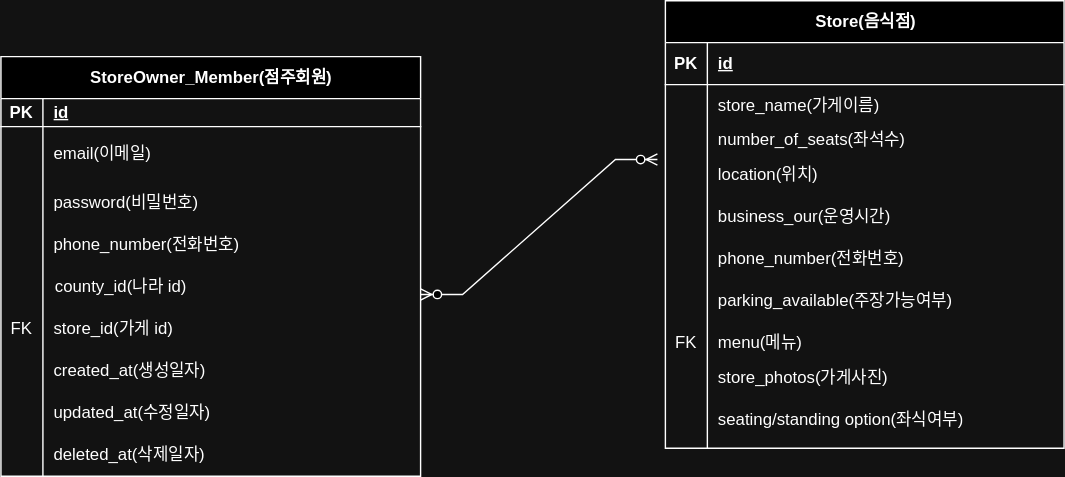
The draw.io diagram document/store_owner_member.drawio.svg in gunsight1/boot-up1-samsik, before a commit. Source tidied: cells renumbered, new cells last; positions are measured from the earlier drawing's top-left corner, leaving out a move shared by most shapes.
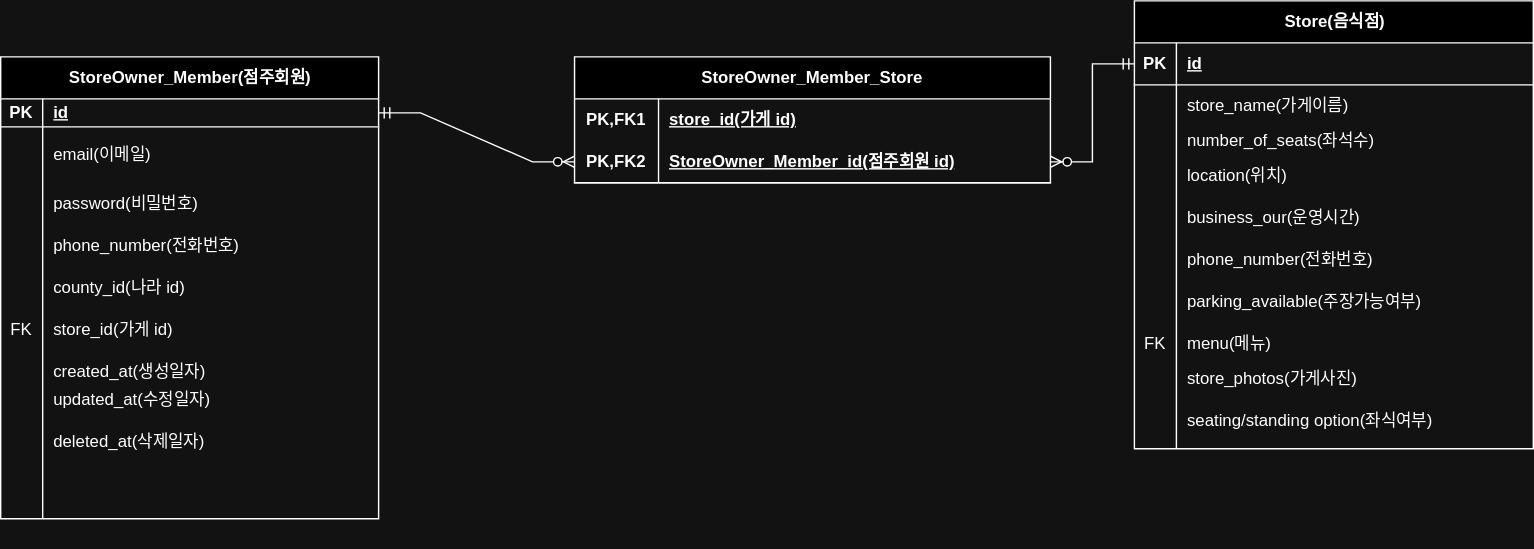
The same diagram one commit later.

Commit message:
store_owner_member.drawio.svg이 추가되었습니다.

What changed in the source:
```diff
@@ -3,109 +3,118 @@
     <mxCell id="0" />
     <mxCell id="1" parent="0" />
     <mxCell id="2" value="StoreOwner_Member(점주회원)" style="shape=table;startSize=30;rowLines=0;fontStyle=1;align=center;html=1;" parent="1" vertex="1">
-      <mxGeometry y="40" width="300" height="300" as="geometry" />
+      <mxGeometry x="-70" y="-20" width="270" height="330" as="geometry" />
     </mxCell>
     <mxCell id="3" style="shape=tableRow;horizontal=0;startSize=0;swimlaneHead=0;swimlaneBody=0;fillColor=none;points=[[0,0.5],[1,0.5]];portConstraint=eastwest;top=0;left=0;right=0;bottom=1;" parent="2" vertex="1">
-      <mxGeometry y="30" width="300" height="20" as="geometry" />
+      <mxGeometry y="30" width="270" height="20" as="geometry" />
     </mxCell>
     <mxCell id="4" value="PK" style="shape=partialRectangle;fillColor=none;top=0;left=0;bottom=0;right=0;fontStyle=1;overflow=hidden;whiteSpace=wrap;html=1;" parent="3" vertex="1">
       <mxGeometry width="30" height="20" as="geometry" />
     </mxCell>
     <mxCell id="5" value="id" style="shape=partialRectangle;fillColor=none;top=0;left=0;bottom=0;right=0;align=left;spacingLeft=6;fontStyle=5;overflow=hidden;whiteSpace=wrap;html=1;" parent="3" vertex="1">
-      <mxGeometry x="30" width="270" height="20" as="geometry" />
+      <mxGeometry x="30" width="240" height="20" as="geometry" />
     </mxCell>
     <mxCell id="6" style="shape=tableRow;horizontal=0;startSize=0;swimlaneHead=0;swimlaneBody=0;fillColor=none;top=0;left=0;right=0;bottom=0;" parent="2" vertex="1">
-      <mxGeometry y="50" width="300" height="40" as="geometry" />
+      <mxGeometry y="50" width="270" height="40" as="geometry" />
     </mxCell>
     <mxCell id="7" style="shape=partialRectangle;fillColor=none;top=0;left=0;bottom=0;right=0;overflow=hidden;whiteSpace=wrap;html=1;" parent="6" vertex="1">
       <mxGeometry width="30" height="40" as="geometry" />
     </mxCell>
     <mxCell id="8" value="email(이메일)" style="shape=partialRectangle;fillColor=none;top=0;left=0;bottom=0;right=0;align=left;spacingLeft=6;overflow=hidden;whiteSpace=wrap;html=1;" parent="6" vertex="1">
-      <mxGeometry x="30" width="270" height="40" as="geometry" />
+      <mxGeometry x="30" width="240" height="40" as="geometry" />
     </mxCell>
     <mxCell id="9" style="shape=tableRow;horizontal=0;startSize=0;swimlaneHead=0;swimlaneBody=0;fillColor=none;top=0;left=0;right=0;bottom=0;" parent="2" vertex="1">
-      <mxGeometry y="90" width="300" height="30" as="geometry" />
+      <mxGeometry y="90" width="270" height="30" as="geometry" />
     </mxCell>
     <mxCell id="10" style="shape=partialRectangle;fillColor=none;top=0;left=0;bottom=0;right=0;overflow=hidden;whiteSpace=wrap;html=1;" parent="9" vertex="1">
       <mxGeometry width="30" height="30" as="geometry" />
     </mxCell>
     <mxCell id="11" value="password(비밀번호)" style="shape=partialRectangle;fillColor=none;top=0;left=0;bottom=0;right=0;align=left;spacingLeft=6;overflow=hidden;whiteSpace=wrap;html=1;" parent="9" vertex="1">
-      <mxGeometry x="30" width="270" height="30" as="geometry" />
+      <mxGeometry x="30" width="240" height="30" as="geometry" />
     </mxCell>
     <mxCell id="12" style="shape=tableRow;horizontal=0;startSize=0;swimlaneHead=0;swimlaneBody=0;fillColor=none;top=0;left=0;right=0;bottom=0;" parent="2" vertex="1">
-      <mxGeometry y="120" width="300" height="30" as="geometry" />
+      <mxGeometry y="120" width="270" height="30" as="geometry" />
     </mxCell>
     <mxCell id="13" style="shape=partialRectangle;fillColor=none;top=0;left=0;bottom=0;right=0;overflow=hidden;whiteSpace=wrap;html=1;" parent="12" vertex="1">
       <mxGeometry width="30" height="30" as="geometry" />
     </mxCell>
     <mxCell id="14" value="phone_number(전화번호)" style="shape=partialRectangle;fillColor=none;top=0;left=0;bottom=0;right=0;align=left;spacingLeft=6;overflow=hidden;whiteSpace=wrap;html=1;" parent="12" vertex="1">
-      <mxGeometry x="30" width="270" height="30" as="geometry" />
+      <mxGeometry x="30" width="240" height="30" as="geometry" />
     </mxCell>
     <mxCell id="15" style="shape=tableRow;horizontal=0;startSize=0;swimlaneHead=0;swimlaneBody=0;fillColor=none;top=0;left=0;right=0;bottom=0;" parent="2" vertex="1">
-      <mxGeometry y="150" width="300" height="30" as="geometry" />
+      <mxGeometry y="150" width="270" height="30" as="geometry" />
     </mxCell>
     <mxCell id="16" style="shape=partialRectangle;fillColor=none;top=0;left=0;bottom=0;right=0;overflow=hidden;whiteSpace=wrap;html=1;" parent="15" vertex="1">
       <mxGeometry width="30" height="30" as="geometry" />
     </mxCell>
     <mxCell id="17" style="shape=partialRectangle;fillColor=none;top=0;left=0;bottom=0;right=0;align=left;spacingLeft=6;overflow=hidden;whiteSpace=wrap;html=1;" parent="15" vertex="1">
-      <mxGeometry x="30" width="270" height="30" as="geometry" />
+      <mxGeometry x="30" width="240" height="30" as="geometry" />
     </mxCell>
     <mxCell id="18" style="shape=tableRow;horizontal=0;startSize=0;swimlaneHead=0;swimlaneBody=0;fillColor=none;top=0;left=0;right=0;bottom=0;" parent="2" vertex="1">
-      <mxGeometry y="180" width="300" height="30" as="geometry" />
+      <mxGeometry y="180" width="270" height="30" as="geometry" />
     </mxCell>
     <mxCell id="19" value="FK" style="shape=partialRectangle;fillColor=none;top=0;left=0;bottom=0;right=0;overflow=hidden;whiteSpace=wrap;html=1;" parent="18" vertex="1">
       <mxGeometry width="30" height="30" as="geometry" />
     </mxCell>
     <mxCell id="20" style="shape=partialRectangle;fillColor=none;top=0;left=0;bottom=0;right=0;align=left;spacingLeft=6;overflow=hidden;whiteSpace=wrap;html=1;" parent="18" vertex="1">
-      <mxGeometry x="30" width="270" height="30" as="geometry" />
+      <mxGeometry x="30" width="240" height="30" as="geometry" />
     </mxCell>
+    <mxCell id="69" style="shape=tableRow;horizontal=0;startSize=0;swimlaneHead=0;swimlaneBody=0;fillColor=none;top=0;left=0;right=0;bottom=0;" parent="2" vertex="1">
+      <mxGeometry y="210" width="270" height="30" as="geometry" />
+    </mxCell>
+    <mxCell id="70" style="shape=partialRectangle;fillColor=none;top=0;left=0;bottom=0;right=0;overflow=hidden;whiteSpace=wrap;html=1;" parent="69" vertex="1">
+      <mxGeometry width="30" height="30" as="geometry" />
+    </mxCell>
+    <mxCell id="71" style="shape=partialRectangle;fillColor=none;top=0;left=0;bottom=0;right=0;align=left;spacingLeft=6;overflow=hidden;whiteSpace=wrap;html=1;" parent="69" vertex="1">
+      <mxGeometry x="30" width="240" height="30" as="geometry" />
+    </mxCell>
     <mxCell id="21" style="shape=tableRow;horizontal=0;startSize=0;swimlaneHead=0;swimlaneBody=0;fillColor=none;top=0;left=0;right=0;bottom=0;" parent="2" vertex="1">
-      <mxGeometry y="210" width="300" height="30" as="geometry" />
+      <mxGeometry y="240" width="270" height="30" as="geometry" />
     </mxCell>
     <mxCell id="22" style="shape=partialRectangle;fillColor=none;top=0;left=0;bottom=0;right=0;overflow=hidden;whiteSpace=wrap;html=1;" parent="21" vertex="1">
       <mxGeometry width="30" height="30" as="geometry" />
     </mxCell>
     <mxCell id="23" style="shape=partialRectangle;fillColor=none;top=0;left=0;bottom=0;right=0;align=left;spacingLeft=6;overflow=hidden;whiteSpace=wrap;html=1;" parent="21" vertex="1">
-      <mxGeometry x="30" width="270" height="30" as="geometry" />
+      <mxGeometry x="30" width="240" height="30" as="geometry" />
     </mxCell>
     <mxCell id="24" style="shape=tableRow;horizontal=0;startSize=0;swimlaneHead=0;swimlaneBody=0;fillColor=none;top=0;left=0;right=0;bottom=0;" parent="2" vertex="1">
-      <mxGeometry y="240" width="300" height="30" as="geometry" />
+      <mxGeometry y="270" width="270" height="30" as="geometry" />
     </mxCell>
     <mxCell id="25" style="shape=partialRectangle;fillColor=none;top=0;left=0;bottom=0;right=0;overflow=hidden;whiteSpace=wrap;html=1;" parent="24" vertex="1">
       <mxGeometry width="30" height="30" as="geometry" />
     </mxCell>
     <mxCell id="26" style="shape=partialRectangle;fillColor=none;top=0;left=0;bottom=0;right=0;align=left;spacingLeft=6;overflow=hidden;whiteSpace=wrap;html=1;" parent="24" vertex="1">
-      <mxGeometry x="30" width="270" height="30" as="geometry" />
+      <mxGeometry x="30" width="240" height="30" as="geometry" />
     </mxCell>
     <mxCell id="27" style="shape=tableRow;horizontal=0;startSize=0;swimlaneHead=0;swimlaneBody=0;fillColor=none;top=0;left=0;right=0;bottom=0;" parent="2" vertex="1">
-      <mxGeometry y="270" width="300" height="30" as="geometry" />
+      <mxGeometry y="300" width="270" height="30" as="geometry" />
     </mxCell>
     <mxCell id="28" style="shape=partialRectangle;fillColor=none;top=0;left=0;bottom=0;right=0;overflow=hidden;whiteSpace=wrap;html=1;" parent="27" vertex="1">
       <mxGeometry width="30" height="30" as="geometry" />
     </mxCell>
     <mxCell id="29" style="shape=partialRectangle;fillColor=none;top=0;left=0;bottom=0;right=0;align=left;spacingLeft=6;overflow=hidden;whiteSpace=wrap;html=1;" parent="27" vertex="1">
-      <mxGeometry x="30" width="270" height="30" as="geometry" />
+      <mxGeometry x="30" width="240" height="30" as="geometry" />
     </mxCell>
     <mxCell id="30" value="county_id(나라 id)" style="shape=partialRectangle;fillColor=none;top=0;left=0;bottom=0;right=0;align=left;spacingLeft=6;overflow=hidden;whiteSpace=wrap;html=1;" parent="1" vertex="1">
-      <mxGeometry x="31" y="190" width="190" height="30" as="geometry" />
+      <mxGeometry x="-40" y="130" width="190" height="30" as="geometry" />
     </mxCell>
     <mxCell id="31" style="shape=partialRectangle;fillColor=none;top=0;left=0;bottom=0;right=0;align=left;spacingLeft=6;overflow=hidden;whiteSpace=wrap;html=1;" parent="1" vertex="1">
       <mxGeometry x="30" y="220" width="190" height="30" as="geometry" />
     </mxCell>
     <mxCell id="32" value="store_id(가게 id)" style="shape=partialRectangle;fillColor=none;top=0;left=0;bottom=0;right=0;align=left;spacingLeft=6;overflow=hidden;whiteSpace=wrap;html=1;" parent="1" vertex="1">
-      <mxGeometry x="30" y="220" width="190" height="30" as="geometry" />
+      <mxGeometry x="-40" y="160" width="190" height="30" as="geometry" />
     </mxCell>
     <mxCell id="33" value="created_at(생성일자)" style="shape=partialRectangle;fillColor=none;top=0;left=0;bottom=0;right=0;align=left;spacingLeft=6;overflow=hidden;whiteSpace=wrap;html=1;" parent="1" vertex="1">
-      <mxGeometry x="30" y="250" width="190" height="30" as="geometry" />
+      <mxGeometry x="-40" y="190" width="190" height="30" as="geometry" />
     </mxCell>
     <mxCell id="34" value="updated_at(수정일자)" style="shape=partialRectangle;fillColor=none;top=0;left=0;bottom=0;right=0;align=left;spacingLeft=6;overflow=hidden;whiteSpace=wrap;html=1;" parent="1" vertex="1">
-      <mxGeometry x="30" y="280" width="190" height="30" as="geometry" />
+      <mxGeometry x="-40" y="210" width="190" height="30" as="geometry" />
     </mxCell>
     <mxCell id="35" value="deleted_at(삭제일자)" style="shape=partialRectangle;fillColor=none;top=0;left=0;bottom=0;right=0;align=left;spacingLeft=6;overflow=hidden;whiteSpace=wrap;html=1;" parent="1" vertex="1">
-      <mxGeometry x="30" y="310" width="190" height="30" as="geometry" />
+      <mxGeometry x="-40" y="240" width="190" height="30" as="geometry" />
     </mxCell>
     <mxCell id="36" value="Store(음식점)" style="shape=table;startSize=30;rowLines=0;fontStyle=1;align=center;html=1;" parent="1" vertex="1">
-      <mxGeometry x="475" width="285" height="320" as="geometry" />
+      <mxGeometry x="740" y="-60" width="285" height="320" as="geometry" />
     </mxCell>
     <mxCell id="37" style="shape=tableRow;horizontal=0;startSize=0;swimlaneHead=0;swimlaneBody=0;fillColor=none;points=[[0,0.5],[1,0.5]];portConstraint=eastwest;top=0;left=0;right=0;bottom=1;" parent="36" vertex="1">
       <mxGeometry y="30" width="285" height="30" as="geometry" />
@@ -197,13 +206,39 @@
     <mxCell id="66" value="seating/standing option(좌식여부)" style="shape=partialRectangle;fillColor=none;top=0;left=0;bottom=0;right=0;align=left;spacingLeft=6;overflow=hidden;whiteSpace=wrap;html=1;" parent="64" vertex="1">
       <mxGeometry x="30" width="255" height="40" as="geometry" />
     </mxCell>
-    <mxCell id="67" style="edgeStyle=entityRelationEdgeStyle;fontSize=12;html=1;endArrow=ERzeroToMany;endFill=1;startArrow=ERzeroToMany;rounded=0;entryX=-0.02;entryY=0.118;entryDx=0;entryDy=0;entryPerimeter=0;" parent="1" edge="1" target="46">
-      <mxGeometry relative="1" as="geometry">
-        <mxPoint x="300" y="210" as="sourcePoint" />
-      </mxGeometry>
-    </mxCell>
     <mxCell id="68" style="shape=partialRectangle;fillColor=none;top=0;left=0;bottom=0;right=0;align=left;spacingLeft=6;overflow=hidden;whiteSpace=wrap;html=1;" parent="1" vertex="1">
       <mxGeometry x="505" y="310" width="255" height="20" as="geometry" />
     </mxCell>
+    <mxCell id="72" style="edgeStyle=entityRelationEdgeStyle;fontSize=12;html=1;endArrow=ERzeroToMany;startArrow=ERmandOne;rounded=0;entryX=0;entryY=0.5;entryDx=0;entryDy=0;exitX=1;exitY=0.5;exitDx=0;exitDy=0;" parent="1" edge="1" source="3" target="77">
+      <mxGeometry relative="1" as="geometry">
+        <Array as="points">
+          <mxPoint x="240" y="270" />
+        </Array>
+      </mxGeometry>
+    </mxCell>
+    <mxCell id="73" value="StoreOwner_Member_Store" style="shape=table;startSize=30;rowLines=0;fontStyle=1;align=center;html=1;whiteSpace=wrap;" parent="1" vertex="1">
+      <mxGeometry x="340" y="-20" width="340" height="90" as="geometry" />
+    </mxCell>
+    <mxCell id="74" style="shape=tableRow;horizontal=0;startSize=0;swimlaneHead=0;swimlaneBody=0;fillColor=none;top=0;left=0;right=0;bottom=0;html=1;" parent="73" vertex="1">
+      <mxGeometry y="30" width="340" height="30" as="geometry" />
+    </mxCell>
+    <mxCell id="75" value="PK,FK1" style="shape=partialRectangle;fillColor=none;top=0;left=0;bottom=0;right=0;fontStyle=1;overflow=hidden;html=1;whiteSpace=wrap;" parent="74" vertex="1">
+      <mxGeometry width="60" height="30" as="geometry" />
+    </mxCell>
+    <mxCell id="76" value="store_id(가게 id)" style="shape=partialRectangle;fillColor=none;top=0;left=0;bottom=0;right=0;align=left;spacingLeft=6;fontStyle=5;overflow=hidden;html=1;whiteSpace=wrap;" parent="74" vertex="1">
+      <mxGeometry x="60" width="280" height="30" as="geometry" />
+    </mxCell>
+    <mxCell id="77" style="shape=tableRow;horizontal=0;startSize=0;swimlaneHead=0;swimlaneBody=0;fillColor=none;points=[[0,0.5],[1,0.5]];portConstraint=eastwest;top=0;left=0;right=0;bottom=1;html=1;" parent="73" vertex="1">
+      <mxGeometry y="60" width="340" height="30" as="geometry" />
+    </mxCell>
+    <mxCell id="78" value="PK,FK2" style="shape=partialRectangle;fillColor=none;top=0;left=0;bottom=0;right=0;fontStyle=1;overflow=hidden;html=1;whiteSpace=wrap;" parent="77" vertex="1">
+      <mxGeometry width="60" height="30" as="geometry" />
+    </mxCell>
+    <mxCell id="79" value="StoreOwner_Member_id(점주회원 id)" style="shape=partialRectangle;fillColor=none;top=0;left=0;bottom=0;right=0;align=left;spacingLeft=6;fontStyle=5;overflow=hidden;html=1;whiteSpace=wrap;" parent="77" vertex="1">
+      <mxGeometry x="60" width="280" height="30" as="geometry" />
+    </mxCell>
+    <mxCell id="80" style="edgeStyle=entityRelationEdgeStyle;fontSize=12;html=1;endArrow=ERzeroToMany;startArrow=ERmandOne;rounded=0;entryX=1;entryY=0.5;entryDx=0;entryDy=0;exitX=0;exitY=0.5;exitDx=0;exitDy=0;" parent="1" edge="1" source="37" target="77">
+      <mxGeometry relative="1" as="geometry" />
+    </mxCell>
   </root>
 </mxGraphModel>
```
